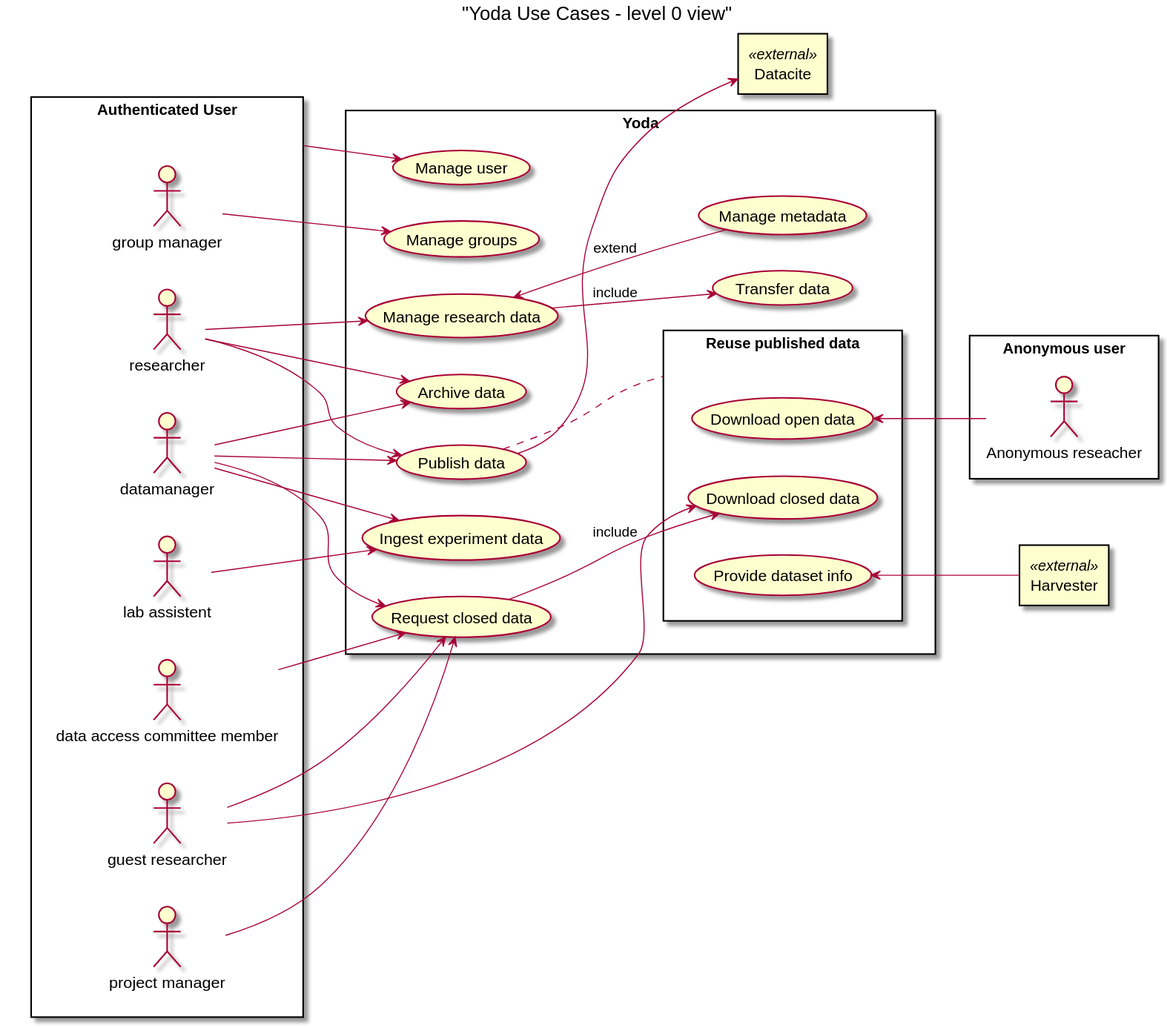
This is docs/design/overview/img/yoda-usecases-top.svg from UtrechtUniversity/yoda, a PlantUML export, as it was before one commit. Source of this version:
```plantuml
@startuml
title "Yoda Use Cases - level 0 view"
left to right direction


rectangle "Yoda" as YODA {
  usecase "Manage user" as UC_USER
  usecase "Manage groups" as UC_GROUPS
  usecase "Manage research data" as UC_RESEARCH
    usecase "Transfer data" as UC_TRANSFER
    usecase "Manage metadata" as UC_METADATA
  usecase "Archive data" as UC_ARCHIVE
  usecase "Publish data" as UC_PUBLISH
  rectangle "Reuse published data" as UC_REUSE {
    usecase "Download open data" as UC_REUSE_OPEN
    usecase "Download closed data" as UC_REUSE_CLOSED
    usecase "Provide dataset info" as UC_HARVEST
  }
  usecase "Request closed data" as UC_DATA_REQUEST
  usecase "Ingest experiment data" as UC_INTAKE
}


rectangle "Authenticated User" as USER {
  actor "group manager" as GM
  actor "datamanager" as DM
  actor "researcher" as R
  actor "guest researcher" as GUEST
  actor "data access committee member" as DAC
  actor "project manager" as PM
  actor "lab assistent" as L
}

rectangle "Anonymous user" {
  actor "Anonymous reseacher" as ANONYMOUS
}


rectangle "Datacite" <<external>> as DATACITE

rectangle "Harvester" <<external>> AS HARVESTER




GM --> UC_GROUPS
R --> UC_RESEARCH
R --> UC_ARCHIVE
DM --> UC_ARCHIVE
R --> UC_PUBLISH
DM --> UC_PUBLISH
L --> UC_INTAKE
DM --> UC_INTAKE
DM --> UC_DATA_REQUEST
DAC --> UC_DATA_REQUEST
PM --> UC_DATA_REQUEST
GUEST --> UC_DATA_REQUEST
GUEST --> UC_REUSE_CLOSED
UC_HARVEST <-- HARVESTER
USER --> UC_USER
UC_REUSE_OPEN <-- ANONYMOUS
UC_PUBLISH --> DATACITE


UC_PUBLISH .. UC_REUSE
UC_RESEARCH --> UC_TRANSFER : include
UC_RESEARCH <-- UC_METADATA : extend
UC_DATA_REQUEST --> UC_REUSE_CLOSED : include

@enduml
```
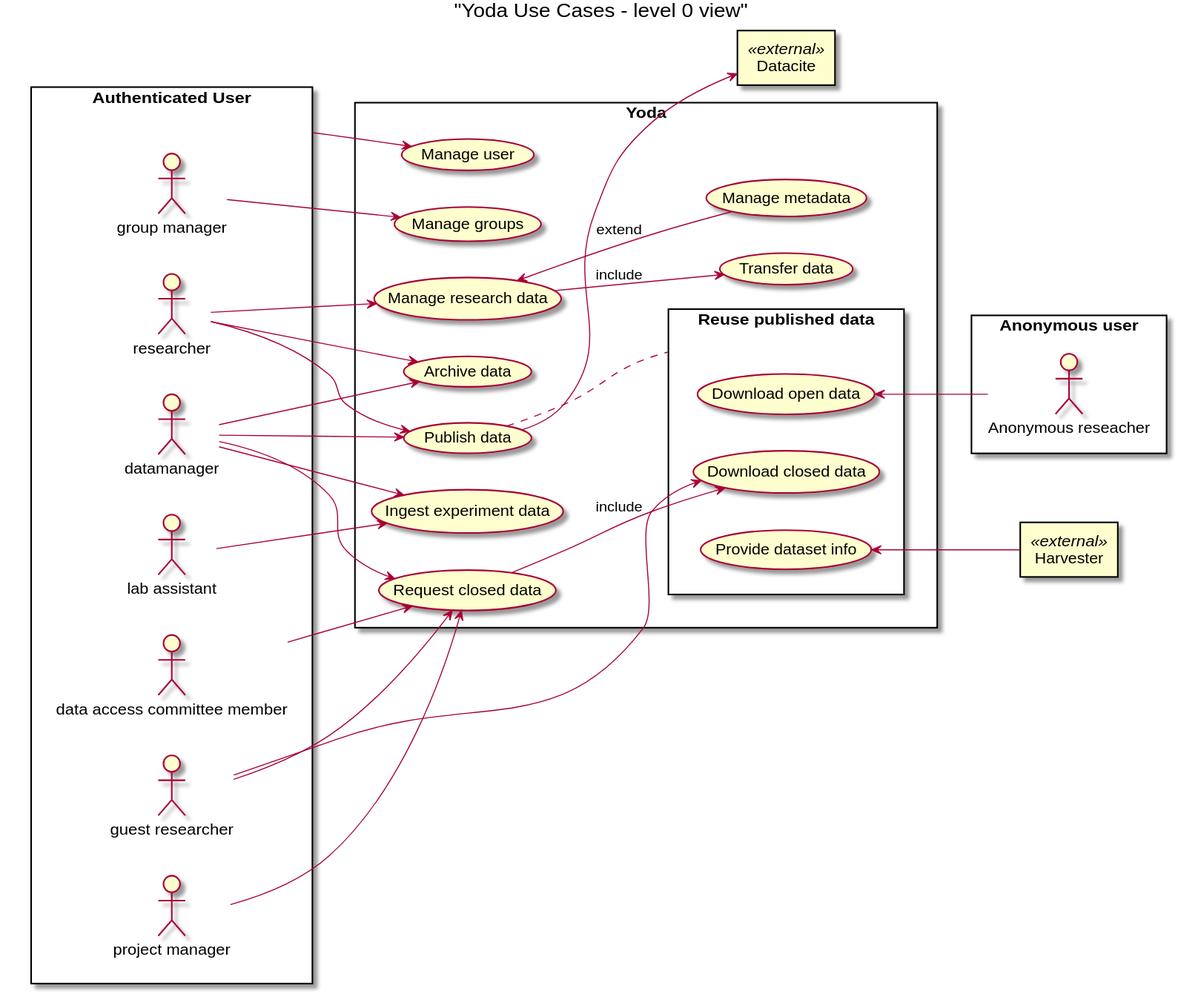
Later version of the same file.

Commit message:
Docs: fix typo in use cases

Change to the diagram source:
```diff
@@ -28,7 +28,7 @@
   actor "guest researcher" as GUEST
   actor "data access committee member" as DAC
   actor "project manager" as PM
-  actor "lab assistent" as L
+  actor "lab assistant" as L
 }
 
 rectangle "Anonymous user" {
```
